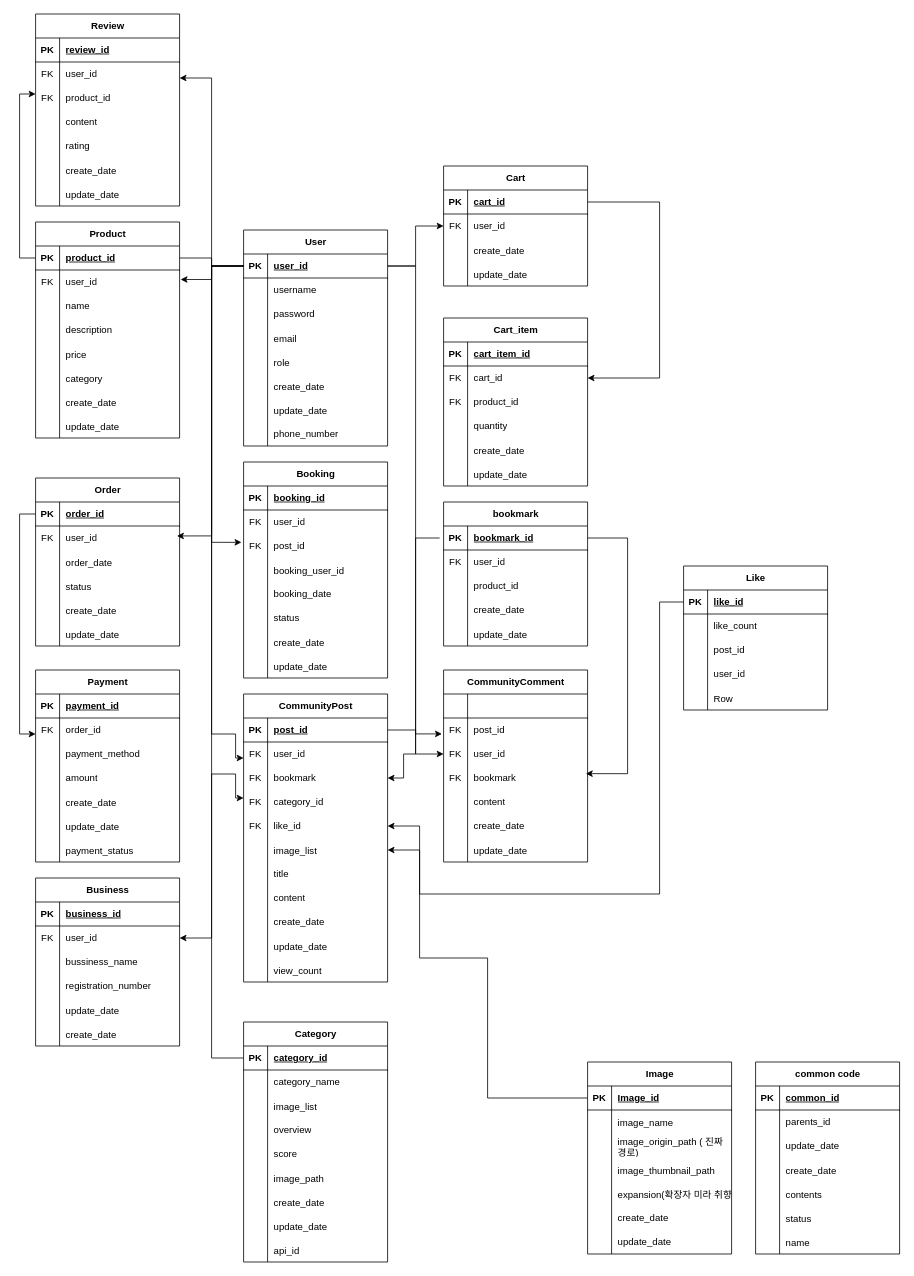
Before: erd/ERD.drawio in JDanmuji/nerdia-diagram, a draw.io diagram. Source tidied: cells renumbered, new cells numbered last; positions are measured from the earlier drawing's top-left corner, leaving out a move shared by most shapes. Both pictures are drawn from the tidied source at 80%, with x=0, y=0 at pixel (35, 14).
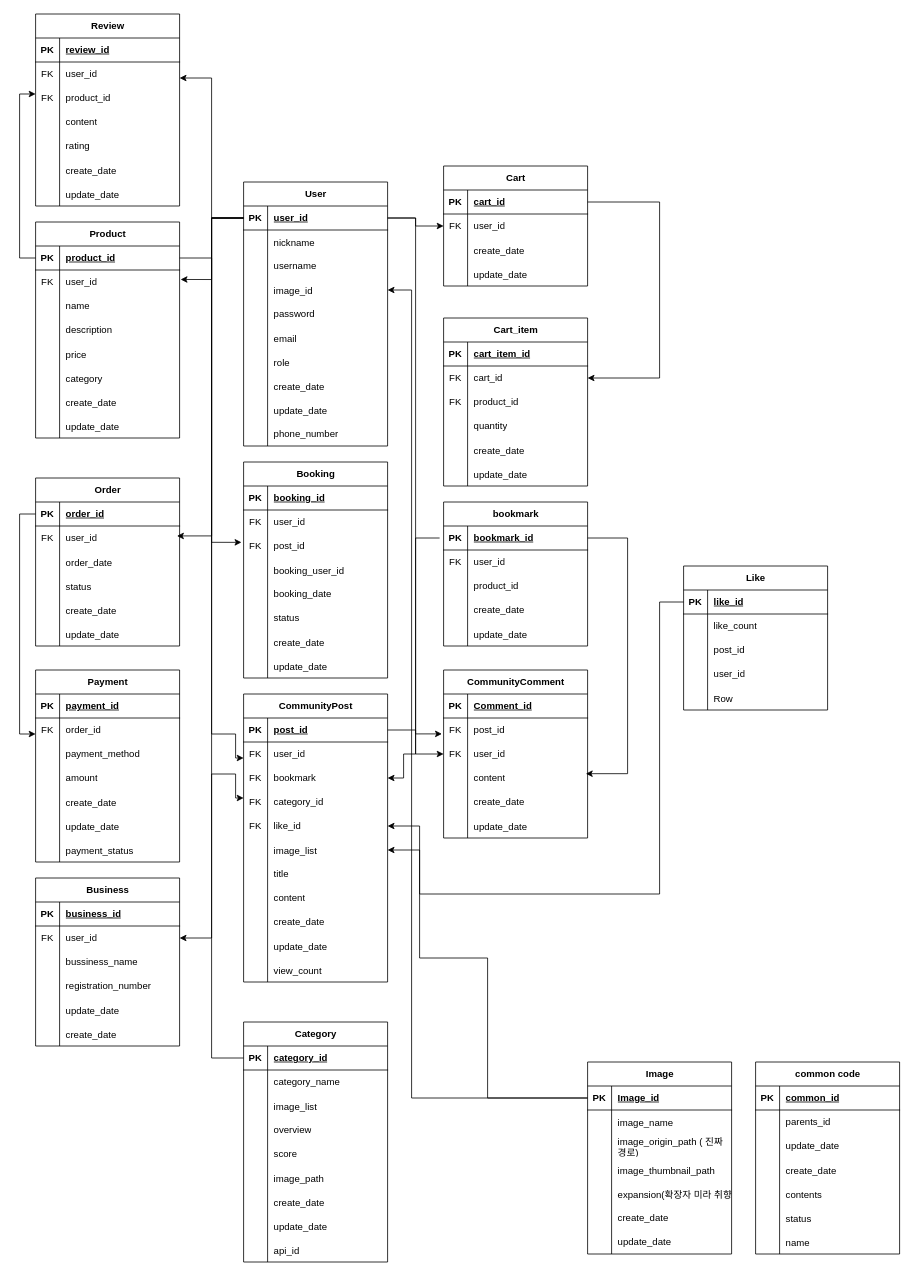
After the change.

Unchanged cells that the change refers to:
```xml
<mxCell id="3" style="shape=tableRow;horizontal=0;startSize=0;swimlaneHead=0;swimlaneBody=0;fillColor=none;points=[[0,0.5],[1,0.5]];portConstraint=eastwest;top=0;left=0;right=0;bottom=1;" parent="2" vertex="1">
  <mxGeometry y="30" width="180" height="30" as="geometry" />
</mxCell>
<mxCell id="152" style="shape=tableRow;horizontal=0;startSize=0;swimlaneHead=0;swimlaneBody=0;fillColor=none;points=[[0,0.5],[1,0.5]];portConstraint=eastwest;top=0;left=0;right=0;bottom=0;" parent="148" vertex="1">
  <mxGeometry y="60" width="180" height="30" as="geometry" />
</mxCell>
<mxCell id="183" style="shape=tableRow;horizontal=0;startSize=0;swimlaneHead=0;swimlaneBody=0;fillColor=none;top=0;left=0;right=0;bottom=1;" parent="182" vertex="1">
  <mxGeometry y="30" width="180" height="30" as="geometry" />
</mxCell>
<mxCell id="249" style="shape=tableRow;horizontal=0;startSize=0;swimlaneHead=0;swimlaneBody=0;fillColor=none;points=[[0,0.5],[1,0.5]];portConstraint=eastwest;top=0;left=0;right=0;bottom=1;" parent="248" vertex="1">
  <mxGeometry y="30" width="180" height="30" as="geometry" />
</mxCell>
<mxCell id="308" style="shape=tableRow;horizontal=0;startSize=0;swimlaneHead=0;swimlaneBody=0;fillColor=none;points=[[0,0.5],[1,0.5]];portConstraint=eastwest;top=0;left=0;right=0;bottom=1;" parent="307" vertex="1">
  <mxGeometry y="30" width="180" height="30" as="geometry" />
</mxCell>
```

Diff of the diagram source:
```diff
@@
     <mxCell id="2" value="User" style="shape=table;startSize=30;childLayout=tableLayout;rowLines=0;fontStyle=1;align=center;html=1;" parent="1" vertex="1">
-      <mxGeometry x="260" y="270" width="180" height="270" as="geometry" />
+      <mxGeometry x="260" y="210" width="180" height="330" as="geometry" />
     </mxCell>
@@
+    <mxCell id="369" style="shape=tableRow;horizontal=0;startSize=0;swimlaneHead=0;swimlaneBody=0;fillColor=none;top=0;left=0;right=0;bottom=0;" parent="2" vertex="1">
+      <mxGeometry y="60" width="180" height="30" as="geometry" />
+    </mxCell>
+    <mxCell id="370" style="shape=partialRectangle;fillColor=none;top=0;left=0;bottom=0;right=0;overflow=hidden;" parent="369" vertex="1">
+      <mxGeometry width="30" height="30" as="geometry" />
+    </mxCell>
+    <mxCell id="371" value="nickname" style="shape=partialRectangle;fillColor=none;top=0;left=0;bottom=0;right=0;align=left;spacingLeft=6;overflow=hidden;" parent="369" vertex="1">
+      <mxGeometry x="30" width="150" height="30" as="geometry" />
+    </mxCell>
     <mxCell id="6" style="shape=tableRow;horizontal=0;startSize=0;swimlaneHead=0;swimlaneBody=0;fillColor=none;top=0;left=0;right=0;bottom=0;" parent="2" vertex="1">
-      <mxGeometry y="60" width="180" height="30" as="geometry" />
+      <mxGeometry y="90" width="180" height="30" as="geometry" />
     </mxCell>
@@
+    <mxCell id="192" style="shape=tableRow;horizontal=0;startSize=0;swimlaneHead=0;swimlaneBody=0;fillColor=none;points=[[0,0.5],[1,0.5]];portConstraint=eastwest;top=0;left=0;right=0;bottom=0;" parent="2" vertex="1">
+      <mxGeometry y="120" width="180" height="30" as="geometry" />
+    </mxCell>
+    <mxCell id="372" style="shape=partialRectangle;fillColor=none;top=0;left=0;bottom=0;right=0;overflow=hidden;" parent="192" vertex="1">
+      <mxGeometry width="30" height="30" as="geometry" />
+    </mxCell>
+    <mxCell id="373" value="image_id" style="shape=partialRectangle;fillColor=none;top=0;left=0;bottom=0;right=0;align=left;spacingLeft=6;overflow=hidden;" parent="192" vertex="1">
+      <mxGeometry x="30" width="150" height="30" as="geometry" />
+    </mxCell>
     <mxCell id="9" style="shape=tableRow;horizontal=0;startSize=0;swimlaneHead=0;swimlaneBody=0;fillColor=none;top=0;left=0;right=0;bottom=0;" parent="2" vertex="1">
-      <mxGeometry y="90" width="180" height="30" as="geometry" />
+      <mxGeometry y="150" width="180" height="30" as="geometry" />
     </mxCell>
@@
     <mxCell id="12" style="shape=tableRow;horizontal=0;startSize=0;swimlaneHead=0;swimlaneBody=0;fillColor=none;top=0;left=0;right=0;bottom=0;" parent="2" vertex="1">
-      <mxGeometry y="120" width="180" height="30" as="geometry" />
+      <mxGeometry y="180" width="180" height="30" as="geometry" />
     </mxCell>
@@
     <mxCell id="15" style="shape=tableRow;horizontal=0;startSize=0;swimlaneHead=0;swimlaneBody=0;fillColor=none;top=0;left=0;right=0;bottom=0;" parent="2" vertex="1">
-      <mxGeometry y="150" width="180" height="30" as="geometry" />
+      <mxGeometry y="210" width="180" height="30" as="geometry" />
     </mxCell>
@@
     <mxCell id="18" style="shape=tableRow;horizontal=0;startSize=0;swimlaneHead=0;swimlaneBody=0;fillColor=none;top=0;left=0;right=0;bottom=0;" parent="2" vertex="1">
-      <mxGeometry y="180" width="180" height="30" as="geometry" />
+      <mxGeometry y="240" width="180" height="30" as="geometry" />
     </mxCell>
@@
     <mxCell id="21" style="shape=tableRow;horizontal=0;startSize=0;swimlaneHead=0;swimlaneBody=0;fillColor=none;top=0;left=0;right=0;bottom=0;" parent="2" vertex="1">
-      <mxGeometry y="210" width="180" height="30" as="geometry" />
+      <mxGeometry y="270" width="180" height="30" as="geometry" />
     </mxCell>
@@
     <mxCell id="24" style="shape=tableRow;horizontal=0;startSize=0;swimlaneHead=0;swimlaneBody=0;fillColor=none;top=0;left=0;right=0;bottom=0;" parent="2" vertex="1">
-      <mxGeometry y="240" width="180" height="30" as="geometry" />
+      <mxGeometry y="300" width="180" height="30" as="geometry" />
     </mxCell>
@@
-    <mxCell id="84" style="shape=tableRow;horizontal=0;startSize=0;swimlaneHead=0;swimlaneBody=0;fillColor=none;top=0;left=0;right=0;bottom=0;" parent="1" vertex="1">
-      <mxGeometry x="500" y="880" width="180" height="30" as="geometry" />
-    </mxCell>
@@
     <mxCell id="182" value="CommunityComment" style="shape=table;startSize=30;childLayout=tableLayout;rowLines=0;fontStyle=1;align=center;html=1;" parent="1" vertex="1">
-      <mxGeometry x="510" y="820" width="180" height="240" as="geometry" />
+      <mxGeometry x="510" y="820" width="180" height="210" as="geometry" />
     </mxCell>
@@
-    <mxCell id="184" style="shape=partialRectangle;fillColor=none;top=0;left=0;bottom=0;right=0;fontStyle=1;overflow=hidden;whiteSpace=wrap;html=1;" parent="183" vertex="1">
-      <mxGeometry width="30" height="30" as="geometry" />
-    </mxCell>
-    <mxCell id="185" style="shape=partialRectangle;fillColor=none;top=0;left=0;bottom=0;right=0;align=left;spacingLeft=6;fontStyle=5;overflow=hidden;whiteSpace=wrap;html=1;" parent="183" vertex="1">
-      <mxGeometry x="30" width="150" height="30" as="geometry" />
-    </mxCell>
+    <mxCell id="374" value="PK" style="shape=partialRectangle;fillColor=none;top=0;left=0;bottom=0;right=0;fontStyle=1;overflow=hidden;whiteSpace=wrap;html=1;" parent="183" vertex="1">
+      <mxGeometry width="30" height="30" as="geometry" />
+    </mxCell>
+    <mxCell id="375" value="Comment_id" style="shape=partialRectangle;fillColor=none;top=0;left=0;bottom=0;right=0;align=left;spacingLeft=6;fontStyle=5;overflow=hidden;whiteSpace=wrap;html=1;" parent="183" vertex="1">
+      <mxGeometry x="30" width="150" height="30" as="geometry" />
+    </mxCell>
@@
-    <mxCell id="192" style="shape=tableRow;horizontal=0;startSize=0;swimlaneHead=0;swimlaneBody=0;fillColor=none;points=[[0,0.5],[1,0.5]];portConstraint=eastwest;top=0;left=0;right=0;bottom=0;" parent="182" vertex="1">
-      <mxGeometry y="120" width="180" height="30" as="geometry" />
-    </mxCell>
-    <mxCell id="193" value="FK" style="shape=partialRectangle;fillColor=none;top=0;left=0;bottom=0;right=0;fontStyle=0;overflow=hidden;whiteSpace=wrap;html=1;" parent="192" vertex="1">
-      <mxGeometry width="30" height="30" as="geometry" />
-    </mxCell>
-    <mxCell id="194" value="bookmark" style="shape=partialRectangle;fillColor=none;top=0;left=0;bottom=0;right=0;align=left;spacingLeft=6;fontStyle=0;overflow=hidden;whiteSpace=wrap;html=1;" parent="192" vertex="1">
-      <mxGeometry x="30" width="150" height="30" as="geometry" />
-    </mxCell>
     <mxCell id="195" style="shape=tableRow;horizontal=0;startSize=0;swimlaneHead=0;swimlaneBody=0;fillColor=none;top=0;left=0;right=0;bottom=0;" parent="182" vertex="1">
-      <mxGeometry y="150" width="180" height="30" as="geometry" />
+      <mxGeometry y="120" width="180" height="30" as="geometry" />
     </mxCell>
@@
     <mxCell id="198" style="shape=tableRow;horizontal=0;startSize=0;swimlaneHead=0;swimlaneBody=0;fillColor=none;top=0;left=0;right=0;bottom=0;" parent="182" vertex="1">
-      <mxGeometry y="180" width="180" height="30" as="geometry" />
+      <mxGeometry y="150" width="180" height="30" as="geometry" />
     </mxCell>
@@
     <mxCell id="201" style="shape=tableRow;horizontal=0;startSize=0;swimlaneHead=0;swimlaneBody=0;fillColor=none;top=0;left=0;right=0;bottom=0;" parent="182" vertex="1">
-      <mxGeometry y="210" width="180" height="30" as="geometry" />
+      <mxGeometry y="180" width="180" height="30" as="geometry" />
     </mxCell>
@@
-    <mxCell id="270" style="edgeStyle=orthogonalEdgeStyle;rounded=0;jettySize=auto;html=1;entryX=0.988;entryY=0.319;entryDx=0;entryDy=0;entryPerimeter=0;" parent="1" edge="1" source="249" target="192">
+    <mxCell id="270" style="edgeStyle=orthogonalEdgeStyle;rounded=0;jettySize=auto;html=1;entryX=0.988;entryY=0.319;entryDx=0;entryDy=0;entryPerimeter=0;" parent="1" edge="1" source="249">
       <mxGeometry relative="1" as="geometry">
+        <mxPoint x="687.8" y="949.6" as="targetPoint" />
         <Array as="points">
           <mxPoint x="740" y="655" />
           <mxPoint x="740" y="950" />
         </Array>
       </mxGeometry>
     </mxCell>
@@
     <mxCell id="272" style="edgeStyle=orthogonalEdgeStyle;rounded=0;jettySize=auto;html=1;entryX=0;entryY=0.667;entryDx=0;entryDy=0;entryPerimeter=0;" parent="1" edge="1" source="3" target="152">
       <mxGeometry relative="1" as="geometry">
         <Array as="points">
-          <mxPoint x="220" y="315" />
+          <mxPoint x="220" y="255" />
           <mxPoint x="220" y="900" />
           <mxPoint x="250" y="900" />
           <mxPoint x="250" y="930" />
         </Array>
       </mxGeometry>
     </mxCell>
@@
+    <mxCell id="376" style="edgeStyle=orthogonalEdgeStyle;rounded=0;jettySize=auto;html=1;entryX=1;entryY=0.5;entryDx=0;entryDy=0;" parent="1" edge="1" source="308" target="192">
+      <mxGeometry relative="1" as="geometry">
+        <Array as="points">
+          <mxPoint x="470" y="1355" />
+          <mxPoint x="470" y="345" />
+        </Array>
+      </mxGeometry>
+    </mxCell>
```
